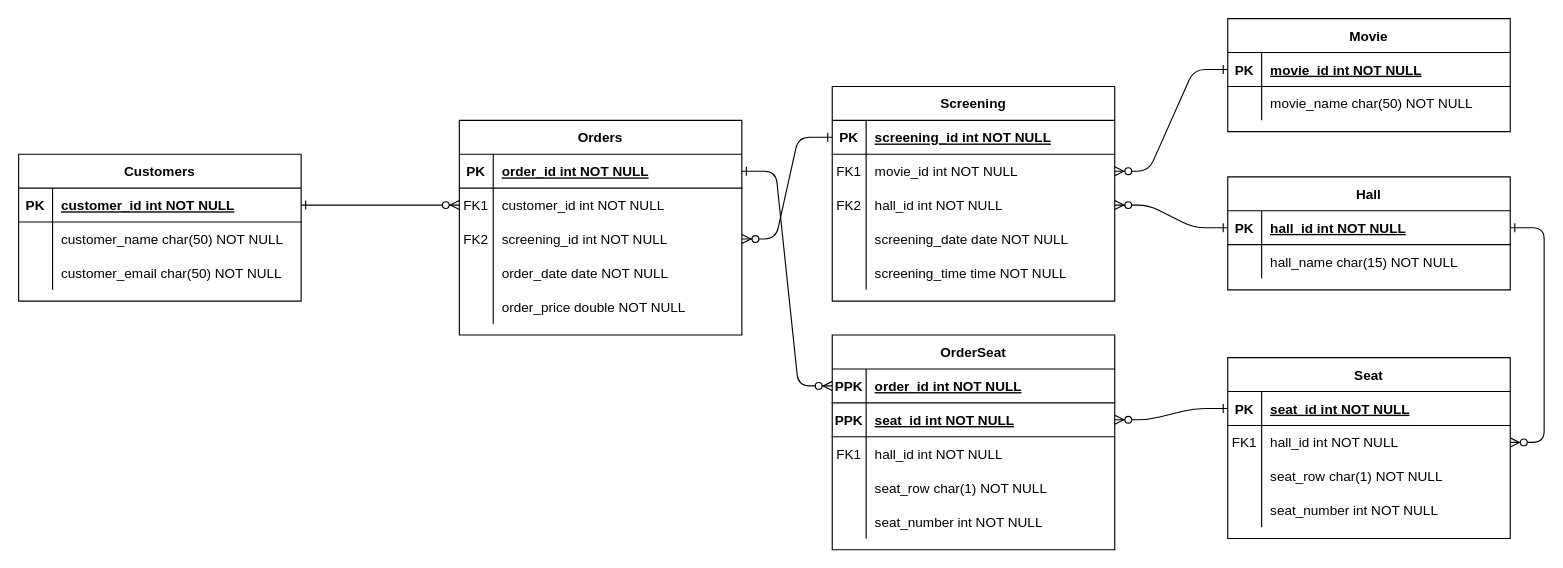
Before: database-design.drawio in boolean-uk/database-design, a draw.io diagram. Source tidied: cells renumbered, new cells numbered last; positions are measured from the earlier drawing's top-left corner, leaving out a move shared by most shapes. Both pictures are drawn from the tidied source at 113%, with x=0, y=0 at pixel (18, 18).
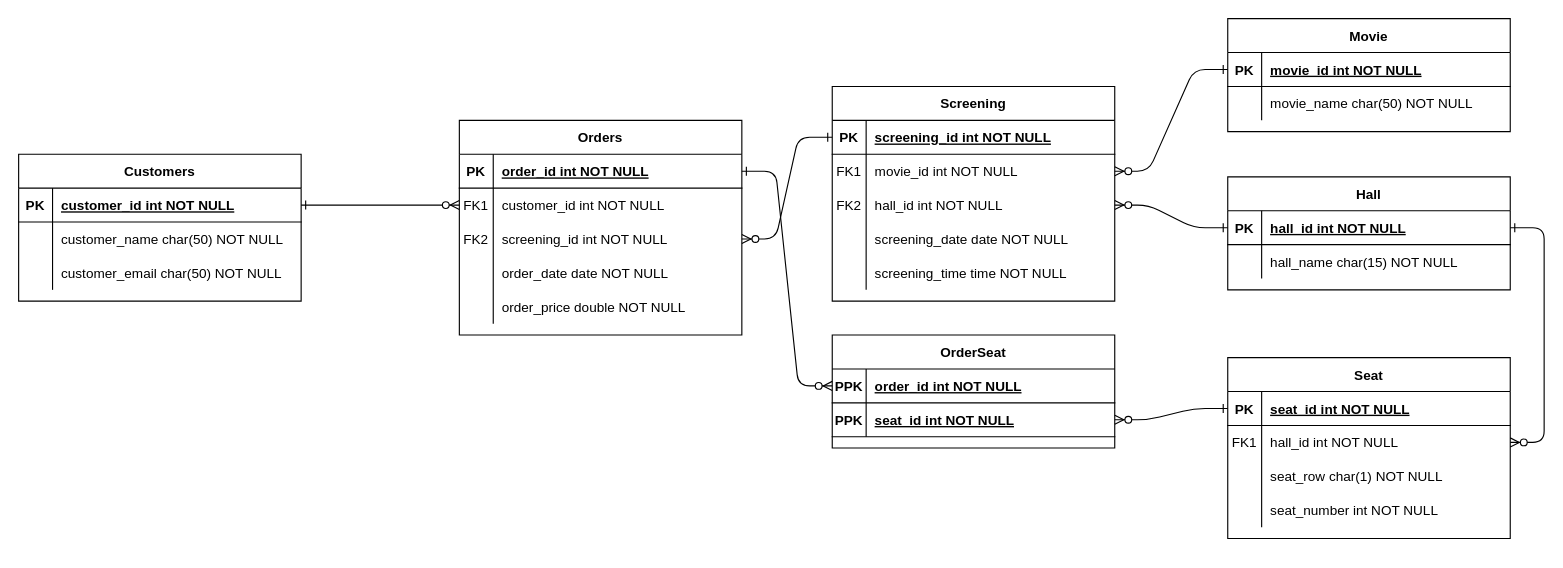
Above is the later version.

Commit message:
ops, forgot to remove some rows

The edit, as a diff of the source:
```diff
@@
     <mxCell id="78" value="OrderSeat" style="shape=table;startSize=30;childLayout=tableLayout;rowLines=0;fontStyle=1;align=center;" parent="1" vertex="1">
-      <mxGeometry x="720" y="280" width="250" height="190" as="geometry" />
+      <mxGeometry x="720" y="280" width="250" height="100" as="geometry" />
     </mxCell>
@@
-    <mxCell id="85" style="shape=partialRectangle;fillColor=none;top=0;left=0;right=0;bottom=0;" parent="78" vertex="1">
-      <mxGeometry y="90" width="250" height="30" as="geometry" />
-    </mxCell>
-    <mxCell id="86" value="FK1" style="shape=partialRectangle;overflow=hidden;fillColor=none;top=0;left=0;bottom=0;right=0;" parent="85" vertex="1">
-      <mxGeometry width="30" height="30" as="geometry" />
-    </mxCell>
-    <mxCell id="87" value="hall_id int NOT NULL" style="shape=partialRectangle;overflow=hidden;fillColor=none;top=0;left=0;bottom=0;right=0;align=left;spacingLeft=6;" parent="85" vertex="1">
-      <mxGeometry x="30" width="220" height="30" as="geometry" />
-    </mxCell>
-    <mxCell id="88" style="shape=partialRectangle;fillColor=none;top=0;left=0;right=0;bottom=0;" parent="78" vertex="1">
-      <mxGeometry y="120" width="250" height="30" as="geometry" />
-    </mxCell>
-    <mxCell id="89" style="shape=partialRectangle;overflow=hidden;fillColor=none;top=0;left=0;bottom=0;right=0;" parent="88" vertex="1">
-      <mxGeometry width="30" height="30" as="geometry" />
-    </mxCell>
-    <mxCell id="90" value="seat_row char(1) NOT NULL" style="shape=partialRectangle;overflow=hidden;fillColor=none;top=0;left=0;bottom=0;right=0;align=left;spacingLeft=6;" parent="88" vertex="1">
-      <mxGeometry x="30" width="220" height="30" as="geometry" />
-    </mxCell>
-    <mxCell id="91" style="shape=partialRectangle;fillColor=none;top=0;left=0;right=0;bottom=0;" parent="78" vertex="1">
-      <mxGeometry y="150" width="250" height="30" as="geometry" />
-    </mxCell>
-    <mxCell id="92" style="shape=partialRectangle;overflow=hidden;fillColor=none;top=0;left=0;bottom=0;right=0;" parent="91" vertex="1">
-      <mxGeometry width="30" height="30" as="geometry" />
-    </mxCell>
-    <mxCell id="93" value="seat_number int NOT NULL" style="shape=partialRectangle;overflow=hidden;fillColor=none;top=0;left=0;bottom=0;right=0;align=left;spacingLeft=6;" parent="91" vertex="1">
-      <mxGeometry x="30" width="220" height="30" as="geometry" />
-    </mxCell>
```
